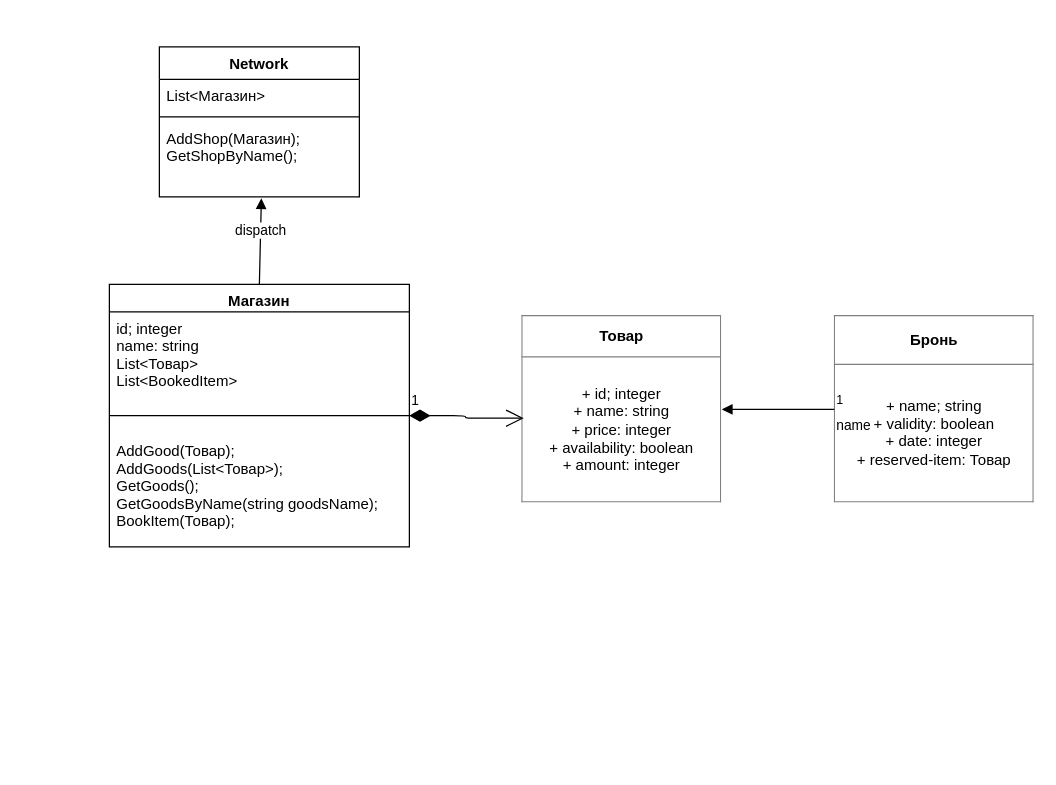
AleksAndriushyn/GitHubOOP keeps this draw.io diagram as OOP GItHub/UML/Лаба 1 (Классы).drawio. Above is the earlier version. Source tidied: cells renumbered, new cells numbered last; positions are measured from the earlier drawing's top-left corner, leaving out a move shared by most shapes. Both pictures are drawn from the tidied source at 125%, with x=0, y=0 at pixel (109, 46).
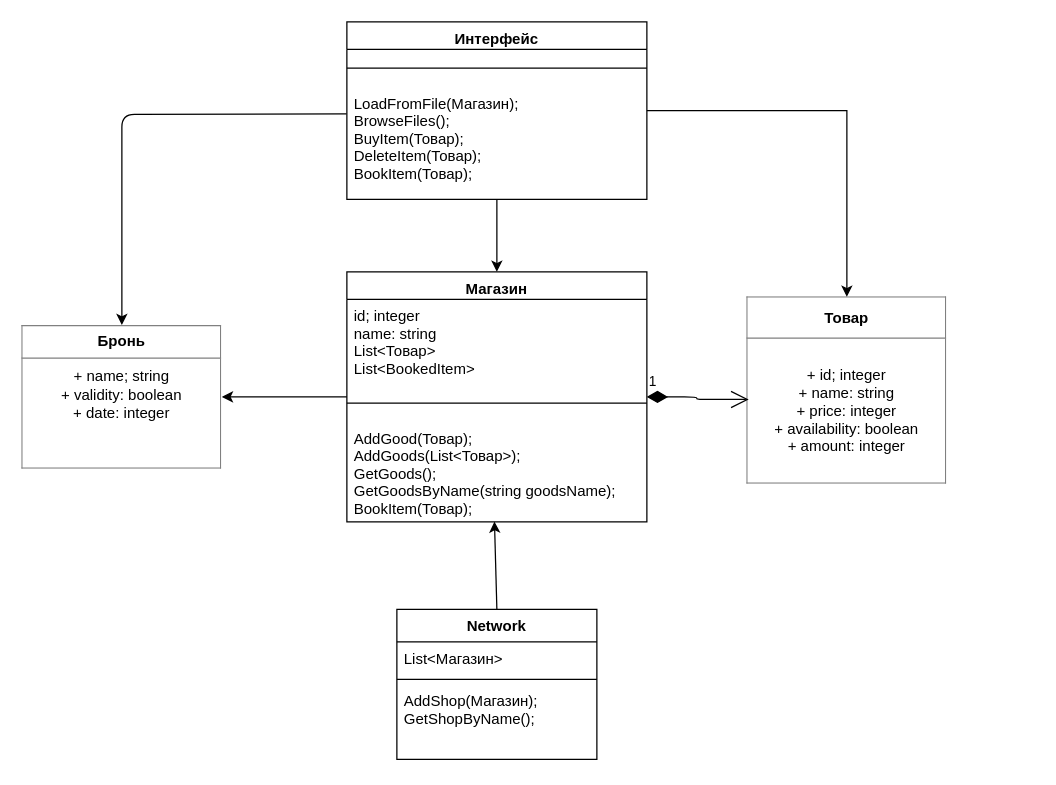
The same page after the edit.

Unchanged cells that the change refers to:
```xml
<mxCell id="14" value="AddShop(Магазин);&#10;GetShopByName();" style="text;strokeColor=none;fillColor=none;align=left;verticalAlign=top;spacingLeft=4;spacingRight=4;overflow=hidden;points=[[0,0.5],[1,0.5]];portConstraint=eastwest;" parent="11" vertex="1">
  <mxGeometry y="60" width="160" height="60" as="geometry" />
</mxCell>
```

What changed in the source:
```diff
@@
-    <mxCell id="2" value="&lt;table border=&quot;1&quot; width=&quot;100%&quot; cellpadding=&quot;4&quot; style=&quot;width: 100% ; height: 100% ; border-collapse: collapse&quot;&gt;&lt;tbody&gt;&lt;tr&gt;&lt;th align=&quot;center&quot;&gt;Бронь&lt;/th&gt;&lt;/tr&gt;&lt;tr&gt;&lt;td align=&quot;center&quot;&gt;+ name; string&lt;br&gt;+ validity: boolean&lt;br&gt;+ date: integer&lt;br&gt;+ reserved-item: Товар&lt;br&gt;&lt;/td&gt;&lt;/tr&gt;&lt;/tbody&gt;&lt;/table&gt;" style="text;html=1;strokeColor=none;fillColor=none;overflow=fill;" parent="1" vertex="1">
-      <mxGeometry x="580" y="215" width="160" height="150" as="geometry" />
+    <mxCell id="2" value="&lt;table border=&quot;1&quot; width=&quot;100%&quot; cellpadding=&quot;4&quot; style=&quot;width: 100% ; height: 100% ; border-collapse: collapse&quot;&gt;&lt;tbody&gt;&lt;tr&gt;&lt;th align=&quot;center&quot;&gt;Бронь&lt;/th&gt;&lt;/tr&gt;&lt;tr&gt;&lt;td align=&quot;center&quot;&gt;+ name; string&lt;br&gt;+ validity: boolean&lt;br&gt;+ date: integer&lt;br&gt;&lt;br&gt;&lt;br&gt;&lt;/td&gt;&lt;/tr&gt;&lt;/tbody&gt;&lt;/table&gt;" style="text;html=1;strokeColor=none;fillColor=none;overflow=fill;" parent="1" vertex="1">
+      <mxGeometry x="-70" y="222.5" width="160" height="115" as="geometry" />
     </mxCell>
     <mxCell id="3" value="&lt;table border=&quot;1&quot; width=&quot;100%&quot; cellpadding=&quot;4&quot; style=&quot;width: 100% ; height: 100% ; border-collapse: collapse&quot;&gt;&lt;tbody&gt;&lt;tr&gt;&lt;th align=&quot;center&quot;&gt;&lt;b&gt;Товар&lt;/b&gt;&lt;/th&gt;&lt;/tr&gt;&lt;tr&gt;&lt;td align=&quot;center&quot;&gt;+ id; integer&lt;br&gt;+ name: string&lt;br&gt;+ price: integer&lt;br&gt;+ availability: boolean&lt;br&gt;+ amount: integer&lt;/td&gt;&lt;/tr&gt;&lt;/tbody&gt;&lt;/table&gt;" style="text;html=1;strokeColor=none;fillColor=none;overflow=fill;" parent="1" vertex="1">
-      <mxGeometry x="330" y="215" width="160" height="150" as="geometry" />
+      <mxGeometry x="510" y="200" width="160" height="150" as="geometry" />
     </mxCell>
@@
-    <mxCell id="5" value="name" style="endArrow=block;endFill=1;html=1;edgeStyle=orthogonalEdgeStyle;align=left;verticalAlign=top;entryX=1;entryY=0.5;entryDx=0;entryDy=0;exitX=0;exitY=0.5;exitDx=0;exitDy=0;" parent="1" edge="1" source="2" target="3">
-      <mxGeometry x="-1" relative="1" as="geometry" />
-    </mxCell>
-    <mxCell id="6" value="1" style="html=1;align=left;verticalAlign=bottom;labelBackgroundColor=#ffffff;fontSize=10;" parent="5" vertex="1">
-      <mxGeometry x="-1" relative="1" as="geometry" />
-    </mxCell>
     <mxCell id="7" value="Магазин" style="swimlane;fontStyle=1;align=center;verticalAlign=top;horizontal=1;startSize=22;" parent="1" vertex="1">
-      <mxGeometry y="190" width="240" height="210" as="geometry" />
+      <mxGeometry x="190" y="180" width="240" height="200" as="geometry" />
     </mxCell>
@@
     <mxCell id="10" value="AddGood(Товар);&#10;AddGoods(List&lt;Товар&gt;);&#10;GetGoods();&#10;GetGoodsByName(string goodsName);&#10;BookItem(Товар);&#10;" style="text;strokeColor=none;fillColor=none;align=left;verticalAlign=top;spacingLeft=4;spacingRight=4;overflow=hidden;points=[[0,0.5],[1,0.5]];portConstraint=eastwest;" parent="7" vertex="1">
-      <mxGeometry y="120" width="240" height="90" as="geometry" />
+      <mxGeometry y="120" width="240" height="80" as="geometry" />
     </mxCell>
     <mxCell id="11" value="Network" style="swimlane;fontStyle=1;align=center;verticalAlign=top;horizontal=1;startSize=26;" parent="1" vertex="1">
-      <mxGeometry x="40" width="160" height="120" as="geometry" />
+      <mxGeometry x="230" y="450" width="160" height="120" as="geometry" />
     </mxCell>
@@
-    <mxCell id="15" value="dispatch" style="html=1;verticalAlign=bottom;endArrow=block;entryX=0.51;entryY=1.019;entryDx=0;entryDy=0;entryPerimeter=0;exitX=0.5;exitY=0;exitDx=0;exitDy=0;" parent="1" edge="1" source="7" target="14">
-      <mxGeometry relative="1" as="geometry" />
-    </mxCell>
+    <mxCell id="16" style="endArrow=classic;html=1;exitX=0.5;exitY=0;exitDx=0;exitDy=0;entryX=0.492;entryY=0.997;entryDx=0;entryDy=0;entryPerimeter=0;" parent="1" edge="1" source="11" target="10">
+      <mxGeometry relative="1" as="geometry" />
+    </mxCell>
+    <mxCell id="17" style="edgeStyle=orthogonalEdgeStyle;rounded=0;jettySize=auto;html=1;entryX=0.5;entryY=0;entryDx=0;entryDy=0;" parent="1" edge="1" source="19" target="7">
+      <mxGeometry relative="1" as="geometry" />
+    </mxCell>
+    <mxCell id="18" style="edgeStyle=orthogonalEdgeStyle;rounded=0;jettySize=auto;html=1;entryX=0.5;entryY=0;entryDx=0;entryDy=0;" parent="1" edge="1" source="19" target="3">
+      <mxGeometry relative="1" as="geometry" />
+    </mxCell>
+    <mxCell id="19" value="Интерфейс" style="swimlane;fontStyle=1;align=center;verticalAlign=top;horizontal=1;startSize=22;" parent="1" vertex="1">
+      <mxGeometry x="190" y="-20" width="240" height="142" as="geometry" />
+    </mxCell>
+    <mxCell id="20" style="line;strokeWidth=1;fillColor=none;align=left;verticalAlign=middle;spacingTop=-1;spacingLeft=3;spacingRight=3;labelPosition=right;" parent="19" vertex="1">
+      <mxGeometry y="22" width="240" height="30" as="geometry" />
+    </mxCell>
+    <mxCell id="21" value="LoadFromFile(Магазин);&#10;BrowseFiles();&#10;BuyItem(Товар);&#10;DeleteItem(Товар);&#10;BookItem(Товар);&#10;" style="text;strokeColor=none;fillColor=none;align=left;verticalAlign=top;spacingLeft=4;spacingRight=4;overflow=hidden;points=[[0,0.5],[1,0.5]];portConstraint=eastwest;" parent="19" vertex="1">
+      <mxGeometry y="52" width="240" height="90" as="geometry" />
+    </mxCell>
+    <mxCell id="22" style="endArrow=classic;html=1;entryX=1;entryY=0.5;entryDx=0;entryDy=0;exitX=0;exitY=0.5;exitDx=0;exitDy=0;" parent="1" edge="1" source="7" target="2">
+      <mxGeometry relative="1" as="geometry" />
+    </mxCell>
+    <mxCell id="23" style="endArrow=classic;html=1;entryX=0.5;entryY=0;entryDx=0;entryDy=0;exitX=-0.001;exitY=0.24;exitDx=0;exitDy=0;exitPerimeter=0;" parent="1" edge="1" source="21" target="2">
+      <mxGeometry relative="1" as="geometry">
+        <Array as="points">
+          <mxPoint x="10" y="54" />
+        </Array>
+      </mxGeometry>
+    </mxCell>
```
